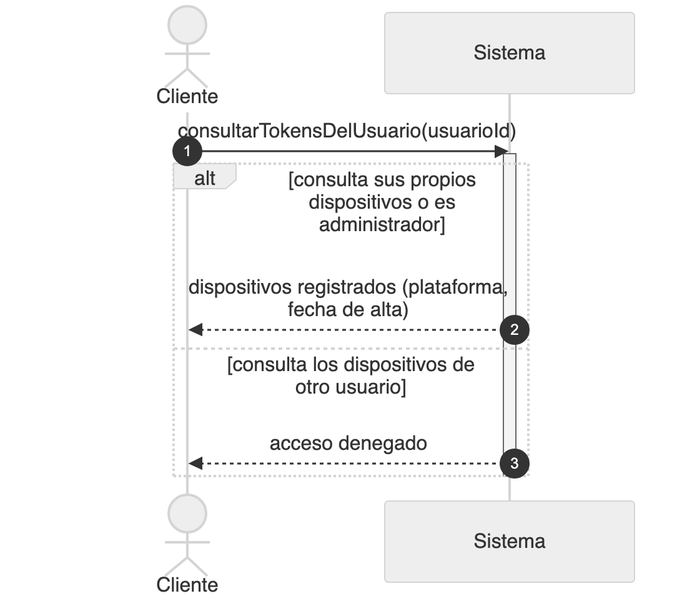
Before: diagramas/png/DSS_CU-099_Consultar-Los-Tokens-De-Un-Usuario.png, a diagram exported from Mermaid (Nahuelito-Dev/splg-docs). Its source is kept beside it as diagramas/DSS_CU-099_Consultar-Los-Tokens-De-Un-Usuario.mmd. The source it was exported from:
```mermaid
sequenceDiagram
    title DSS — CU-099 Consultar Los Tokens De Un Usuario
    autonumber
    actor CLI as Usuario, o el Administrador General
    participant SIS as Sistema

    CLI->>SIS: consultarTokensDelUsuario(usuarioId)
    activate SIS
    alt consulta sus propios dispositivos o es el Administrador General
        SIS-->>CLI: dispositivos registrados (plataforma, fecha de alta)
    else consulta los dispositivos de otro usuario sin ser el Administrador General
        SIS-->>CLI: acceso denegado
    end
    deactivate SIS
```
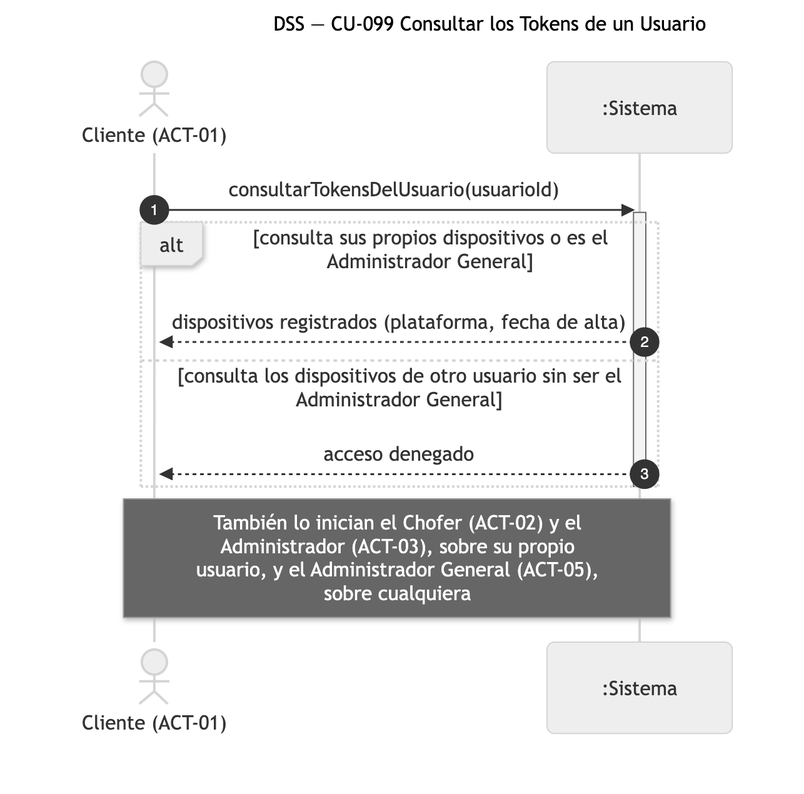
After the commit.

Change to the diagram source:
```diff
@@ -1,8 +1,8 @@
 sequenceDiagram
-    title DSS — CU-099 Consultar Los Tokens De Un Usuario
+    title DSS — CU-099 Consultar los Tokens de un Usuario
     autonumber
-    actor CLI as Usuario, o el Administrador General
-    participant SIS as Sistema
+    actor CLI as Cliente (ACT-01)
+    participant SIS as :Sistema
 
     CLI->>SIS: consultarTokensDelUsuario(usuarioId)
     activate SIS
@@ -12,3 +12,4 @@
         SIS-->>CLI: acceso denegado
     end
     deactivate SIS
+    Note over CLI,SIS: También lo inician el Chofer (ACT-02) y el<br/>Administrador (ACT-03), sobre su propio<br/>usuario, y el Administrador General (ACT-05),<br/>sobre cualquiera
```
